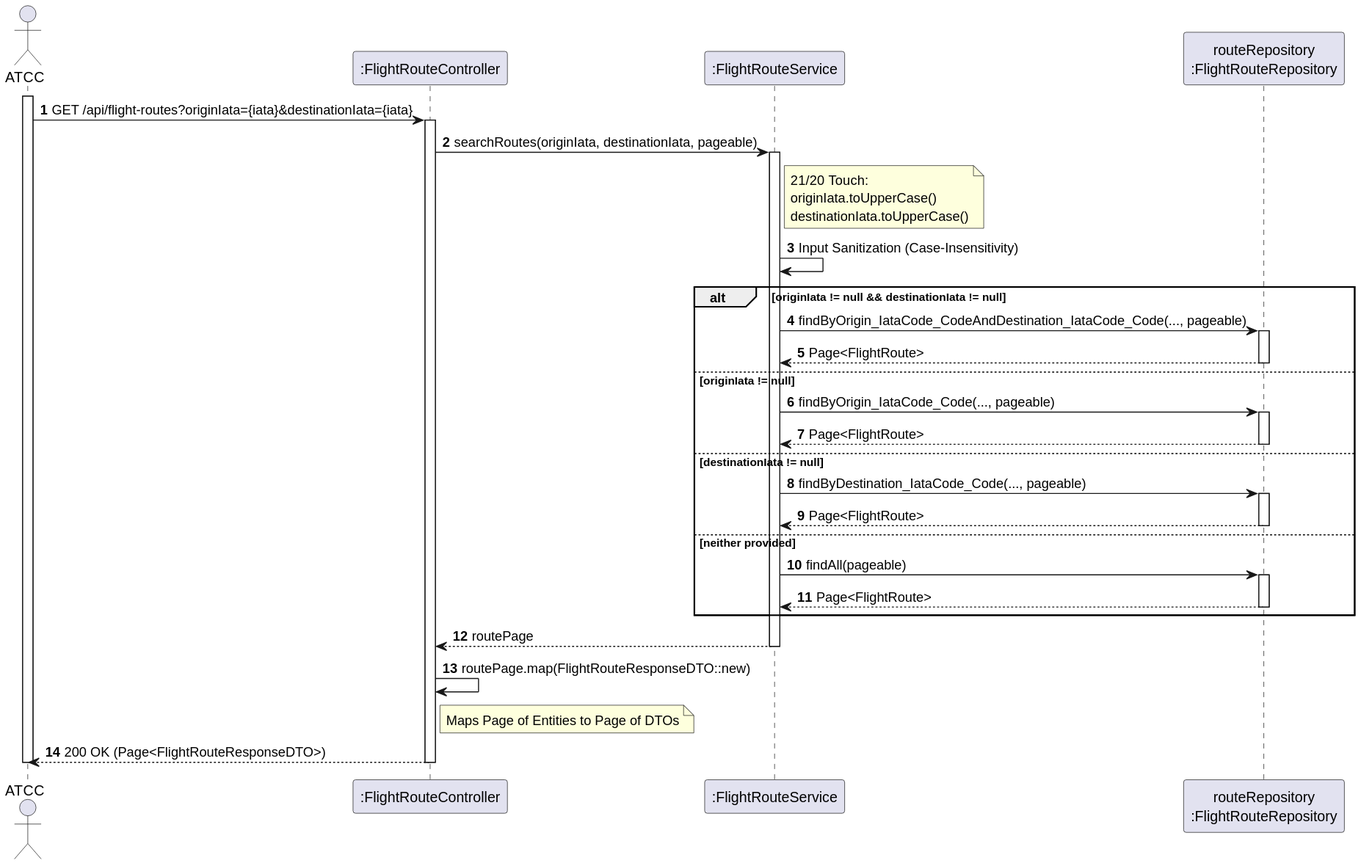
The PlantUML diagram docs/use-cases/WP#3A/US114/svg/US114-SD.svg in Andre-1240567/psoft2026_2DB_1240567_1241013_1240624, before a commit.
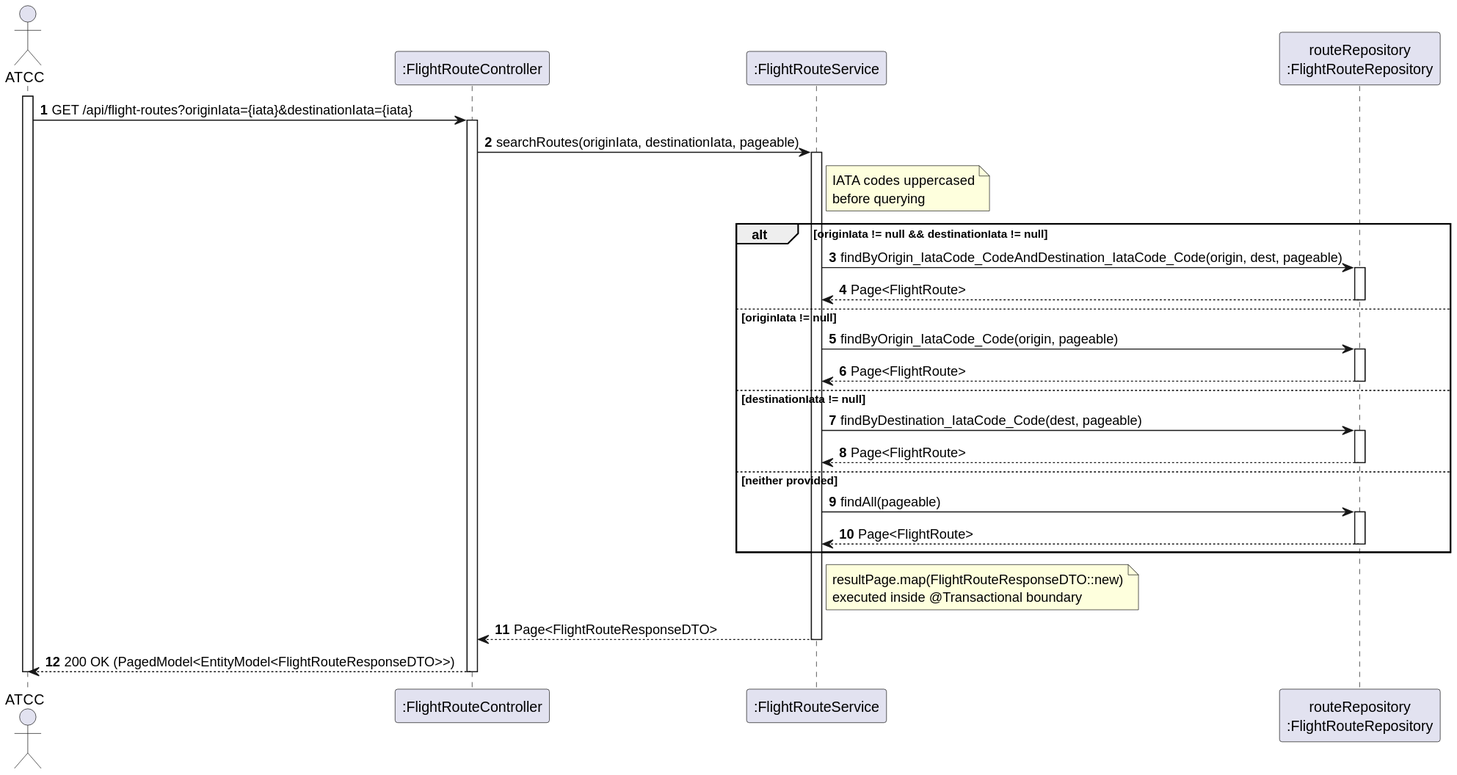
Above is the later version.

What changed in the source:
```diff
@@ -12,21 +12,20 @@
 Ctrl -> Service: searchRoutes(originIata, destinationIata, pageable)
 activate Service
 
-note right of Service: 21/20 Touch:\noriginIata.toUpperCase()\ndestinationIata.toUpperCase()
-Service -> Service: Input Sanitization (Case-Insensitivity)
+note right of Service: IATA codes uppercased\nbefore querying
 
 alt originIata != null && destinationIata != null
-    Service -> Repo: findByOrigin_IataCode_CodeAndDestination_IataCode_Code(..., pageable)
+    Service -> Repo: findByOrigin_IataCode_CodeAndDestination_IataCode_Code(origin, dest, pageable)
     activate Repo
     Repo --> Service: Page<FlightRoute>
     deactivate Repo
 else originIata != null
-    Service -> Repo: findByOrigin_IataCode_Code(..., pageable)
+    Service -> Repo: findByOrigin_IataCode_Code(origin, pageable)
     activate Repo
     Repo --> Service: Page<FlightRoute>
     deactivate Repo
 else destinationIata != null
-    Service -> Repo: findByDestination_IataCode_Code(..., pageable)
+    Service -> Repo: findByDestination_IataCode_Code(dest, pageable)
     activate Repo
     Repo --> Service: Page<FlightRoute>
     deactivate Repo
@@ -37,13 +36,12 @@
     deactivate Repo
 end
 
-Service --> Ctrl: routePage
+note right of Service: resultPage.map(FlightRouteResponseDTO::new)\nexecuted inside @Transactional boundary
+
+Service --> Ctrl: Page<FlightRouteResponseDTO>
 deactivate Service
 
-Ctrl -> Ctrl: routePage.map(FlightRouteResponseDTO::new)
-note right of Ctrl: Maps Page of Entities to Page of DTOs
-
-Ctrl --> Actor: 200 OK (Page<FlightRouteResponseDTO>)
+Ctrl --> Actor: 200 OK (PagedModel<EntityModel<FlightRouteResponseDTO>>)
 deactivate Ctrl
 deactivate Actor
 @enduml
```
